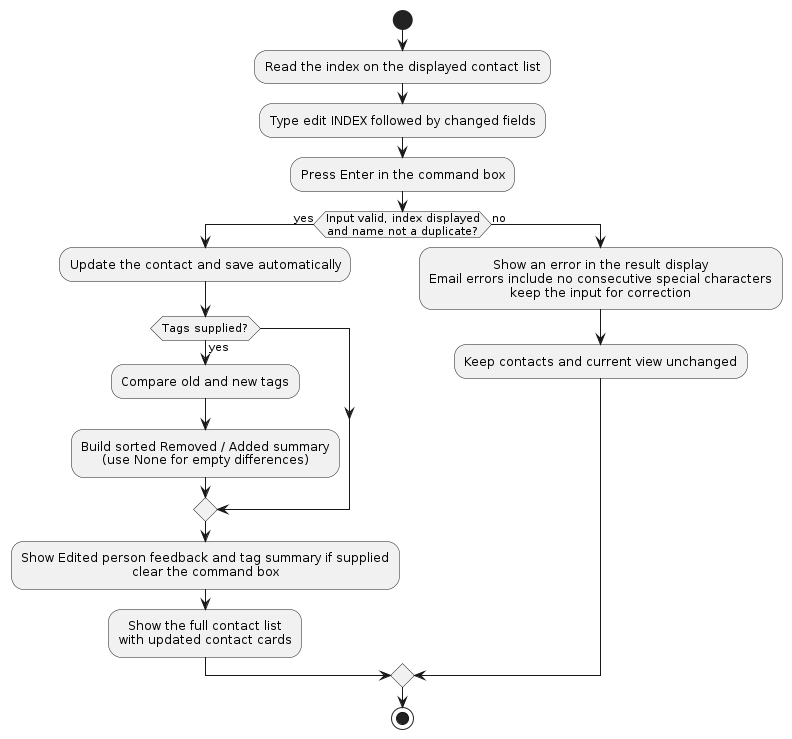
Earlier version of the PlantUML export diagrams/EditContactActivityDiagram.png (AY2627S1-CS2103T-F15-3/tp). Its source is kept beside it as diagrams/EditContactActivityDiagram.puml.
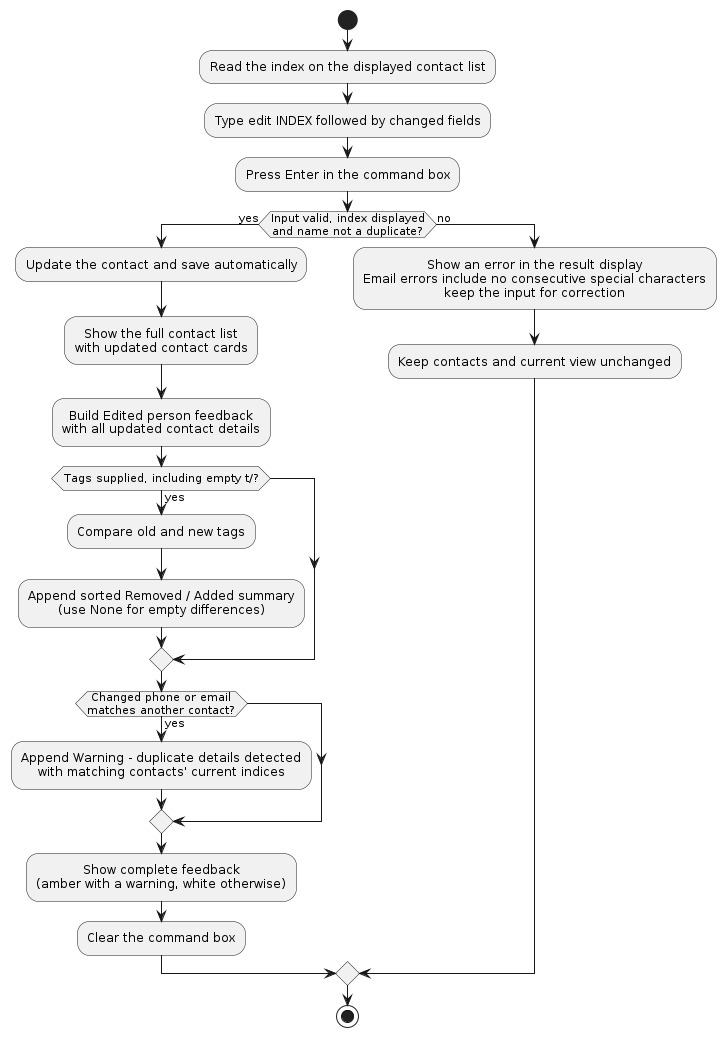
Above is the later version.

Diff of the diagram source:
```diff
@@ -8,13 +8,21 @@
 if (Input valid, index displayed
 and name not a duplicate?) then (yes)
   :Update the contact and save automatically;
-  if (Tags supplied?) then (yes)
-    :Compare old and new tags;
-    :Build sorted Removed / Added summary\n(use None for empty differences);
-  endif
-  :Show Edited person feedback and tag summary if supplied\nclear the command box;
   :Show the full contact list
 with updated contact cards;
+  :Build Edited person feedback
+with all updated contact details;
+  if (Tags supplied, including empty t/?) then (yes)
+    :Compare old and new tags;
+    :Append sorted Removed / Added summary\n(use None for empty differences);
+  endif
+  if (Changed phone or email
+matches another contact?) then (yes)
+    :Append Warning - duplicate details detected
+with matching contacts' current indices;
+  endif
+  :Show complete feedback\n(amber with a warning, white otherwise);
+  :Clear the command box;
 else (no)
   :Show an error in the result display\nEmail errors include no consecutive special characters\nkeep the input for correction;
   :Keep contacts and current view unchanged;
```
